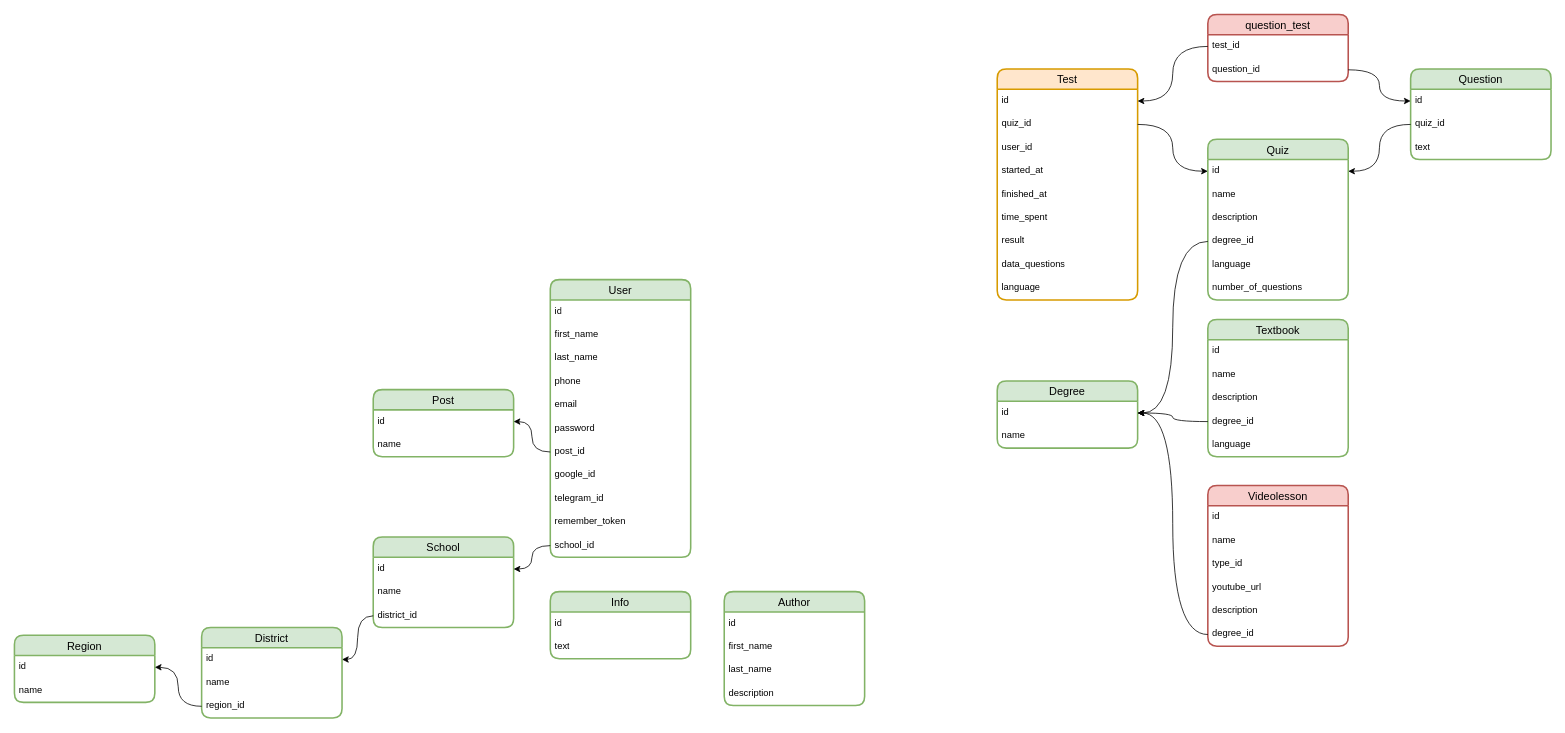
This is karsoft-learn-platform.drawio from iztileuoff/databases, a draw.io file, before an edit. Source tidied: cells renumbered, new cells numbered last; positions are measured from the earlier drawing's top-left corner, leaving out a move shared by most shapes. Both pictures are drawn from the tidied source at 78%, with x=0, y=0 at pixel (14, 14).
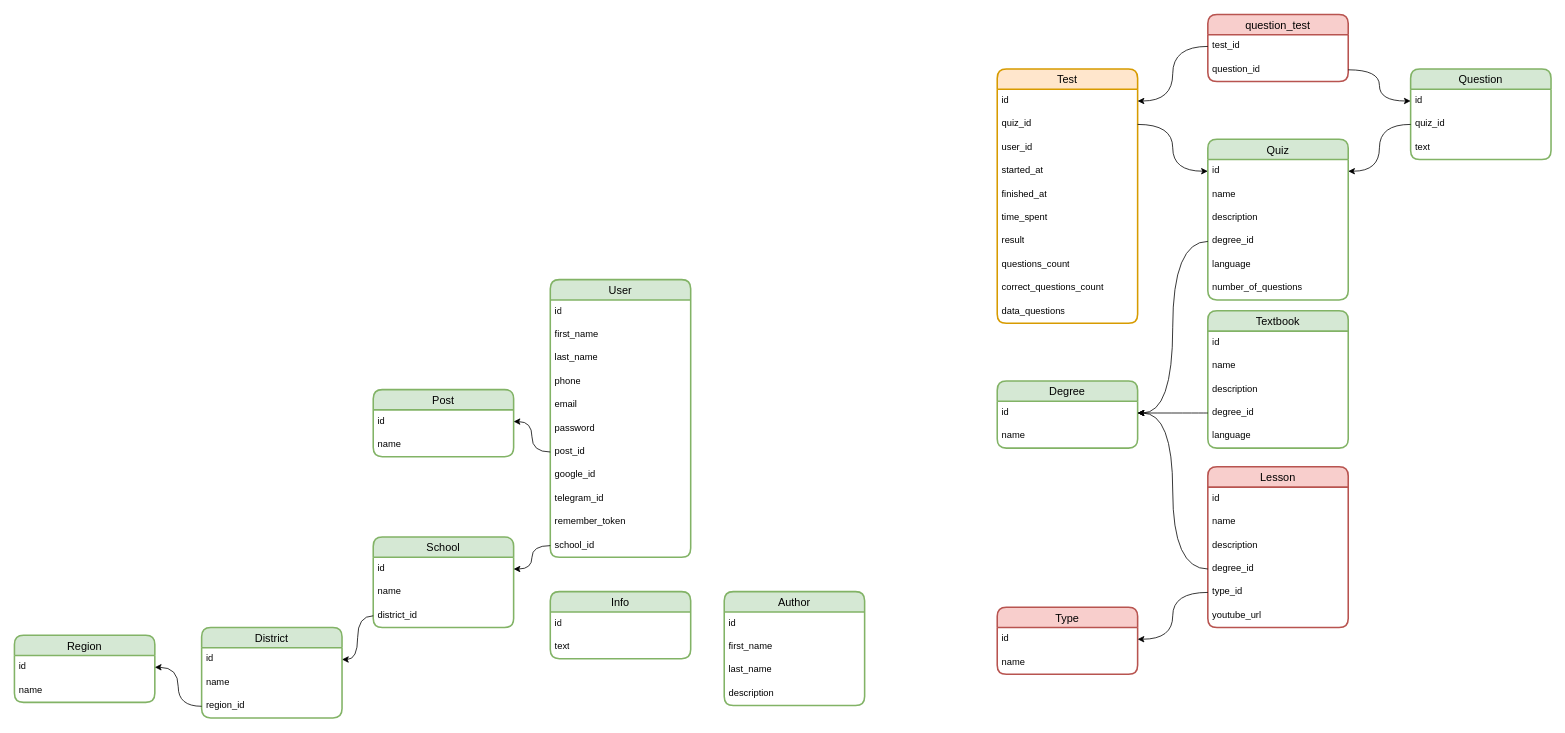
The same page after the edit.

Diff of the diagram source:
```diff
@@
     <mxCell id="29" value="Test" style="swimlane;fontStyle=0;horizontal=1;startSize=26;align=center;fontSize=14;strokeWidth=2;rounded=1;shadow=0;glass=0;swimlaneLine=1;labelBackgroundColor=none;labelBorderColor=none;textShadow=0;fillColor=#ffe6cc;strokeColor=#d79b00;" parent="1" vertex="1">
-      <mxGeometry x="1260" y="70" width="180" height="296" as="geometry" />
+      <mxGeometry x="1260" y="70" width="180" height="326" as="geometry" />
     </mxCell>
@@
+    <mxCell id="87" value="questions_count" style="text;strokeColor=none;fillColor=none;spacingLeft=4;spacingRight=4;overflow=hidden;fontSize=12;whiteSpace=wrap;html=1;" parent="29" vertex="1">
+      <mxGeometry y="236" width="180" height="30" as="geometry" />
+    </mxCell>
+    <mxCell id="88" value="correct_questions_count" style="text;strokeColor=none;fillColor=none;spacingLeft=4;spacingRight=4;overflow=hidden;fontSize=12;whiteSpace=wrap;html=1;" parent="29" vertex="1">
+      <mxGeometry y="266" width="180" height="30" as="geometry" />
+    </mxCell>
     <mxCell id="37" value="data_questions" style="text;strokeColor=none;fillColor=none;spacingLeft=4;spacingRight=4;overflow=hidden;fontSize=12;whiteSpace=wrap;html=1;" parent="29" vertex="1">
-      <mxGeometry y="236" width="180" height="30" as="geometry" />
+      <mxGeometry y="296" width="180" height="30" as="geometry" />
     </mxCell>
-    <mxCell id="38" value="language" style="text;strokeColor=none;fillColor=none;spacingLeft=4;spacingRight=4;overflow=hidden;fontSize=12;whiteSpace=wrap;html=1;" parent="29" vertex="1">
-      <mxGeometry y="266" width="180" height="30" as="geometry" />
-    </mxCell>
@@
     <mxCell id="45" value="Textbook" style="swimlane;fontStyle=0;horizontal=1;startSize=26;align=center;fontSize=14;strokeWidth=2;rounded=1;shadow=0;glass=0;swimlaneLine=1;labelBackgroundColor=none;labelBorderColor=none;textShadow=0;fillColor=#d5e8d4;strokeColor=#82b366;" parent="1" vertex="1">
-      <mxGeometry x="1530" y="391" width="180" height="176" as="geometry" />
+      <mxGeometry x="1530" y="380" width="180" height="176" as="geometry" />
     </mxCell>
@@
-    <mxCell id="51" value="Videolesson" style="swimlane;fontStyle=0;horizontal=1;startSize=26;align=center;fontSize=14;strokeWidth=2;rounded=1;shadow=0;glass=0;swimlaneLine=1;labelBackgroundColor=none;labelBorderColor=none;textShadow=0;fillColor=#f8cecc;strokeColor=#b85450;" parent="1" vertex="1">
-      <mxGeometry x="1530" y="604" width="180" height="206" as="geometry" />
+    <mxCell id="51" value="Lesson" style="swimlane;fontStyle=0;horizontal=1;startSize=26;align=center;fontSize=14;strokeWidth=2;rounded=1;shadow=0;glass=0;swimlaneLine=1;labelBackgroundColor=none;labelBorderColor=none;textShadow=0;fillColor=#f8cecc;strokeColor=#b85450;" parent="1" vertex="1">
+      <mxGeometry x="1530" y="580" width="180" height="206" as="geometry" />
     </mxCell>
@@
+    <mxCell id="56" value="description" style="text;strokeColor=none;fillColor=none;spacingLeft=4;spacingRight=4;overflow=hidden;fontSize=12;whiteSpace=wrap;html=1;" parent="51" vertex="1">
+      <mxGeometry y="86" width="180" height="30" as="geometry" />
+    </mxCell>
+    <mxCell id="57" value="degree_id" style="text;strokeColor=none;fillColor=none;spacingLeft=4;spacingRight=4;overflow=hidden;points=[[0,0.5],[1,0.5]];portConstraint=eastwest;fontSize=12;whiteSpace=wrap;html=1;" parent="51" vertex="1">
+      <mxGeometry y="116" width="180" height="30" as="geometry" />
+    </mxCell>
     <mxCell id="54" value="type_id" style="text;strokeColor=none;fillColor=none;spacingLeft=4;spacingRight=4;overflow=hidden;points=[[0,0.5],[1,0.5]];portConstraint=eastwest;fontSize=12;whiteSpace=wrap;html=1;" parent="51" vertex="1">
-      <mxGeometry y="86" width="180" height="30" as="geometry" />
+      <mxGeometry y="146" width="180" height="30" as="geometry" />
     </mxCell>
     <mxCell id="55" value="youtube_url" style="text;strokeColor=none;fillColor=none;spacingLeft=4;spacingRight=4;overflow=hidden;fontSize=12;whiteSpace=wrap;html=1;" parent="51" vertex="1">
-      <mxGeometry y="116" width="180" height="30" as="geometry" />
+      <mxGeometry y="176" width="180" height="30" as="geometry" />
     </mxCell>
-    <mxCell id="56" value="description" style="text;strokeColor=none;fillColor=none;spacingLeft=4;spacingRight=4;overflow=hidden;fontSize=12;whiteSpace=wrap;html=1;" parent="51" vertex="1">
-      <mxGeometry y="146" width="180" height="30" as="geometry" />
-    </mxCell>
-    <mxCell id="57" value="degree_id" style="text;strokeColor=none;fillColor=none;spacingLeft=4;spacingRight=4;overflow=hidden;points=[[0,0.5],[1,0.5]];portConstraint=eastwest;fontSize=12;whiteSpace=wrap;html=1;" parent="51" vertex="1">
-      <mxGeometry y="176" width="180" height="30" as="geometry" />
-    </mxCell>
@@
+    <mxCell id="89" value="Type" style="swimlane;fontStyle=0;horizontal=1;startSize=26;align=center;fontSize=14;strokeWidth=2;rounded=1;shadow=0;glass=0;swimlaneLine=1;labelBackgroundColor=none;labelBorderColor=none;textShadow=0;fillColor=#f8cecc;strokeColor=#b85450;" parent="1" vertex="1">
+      <mxGeometry x="1260" y="760" width="180" height="86" as="geometry" />
+    </mxCell>
+    <mxCell id="90" value="id" style="text;strokeColor=none;fillColor=none;spacingLeft=4;spacingRight=4;overflow=hidden;points=[[0,0.5],[1,0.5]];portConstraint=eastwest;fontSize=12;whiteSpace=wrap;html=1;" parent="89" vertex="1">
+      <mxGeometry y="26" width="180" height="30" as="geometry" />
+    </mxCell>
+    <mxCell id="91" value="name" style="text;strokeColor=none;fillColor=none;spacingLeft=4;spacingRight=4;overflow=hidden;fontSize=12;whiteSpace=wrap;html=1;" parent="89" vertex="1">
+      <mxGeometry y="56" width="180" height="30" as="geometry" />
+    </mxCell>
+    <mxCell id="92" style="edgeStyle=orthogonalEdgeStyle;rounded=0;jettySize=auto;html=1;entryX=1;entryY=0.5;entryDx=0;entryDy=0;curved=1;" parent="1" edge="1" source="54" target="90">
+      <mxGeometry relative="1" as="geometry" />
+    </mxCell>
```
